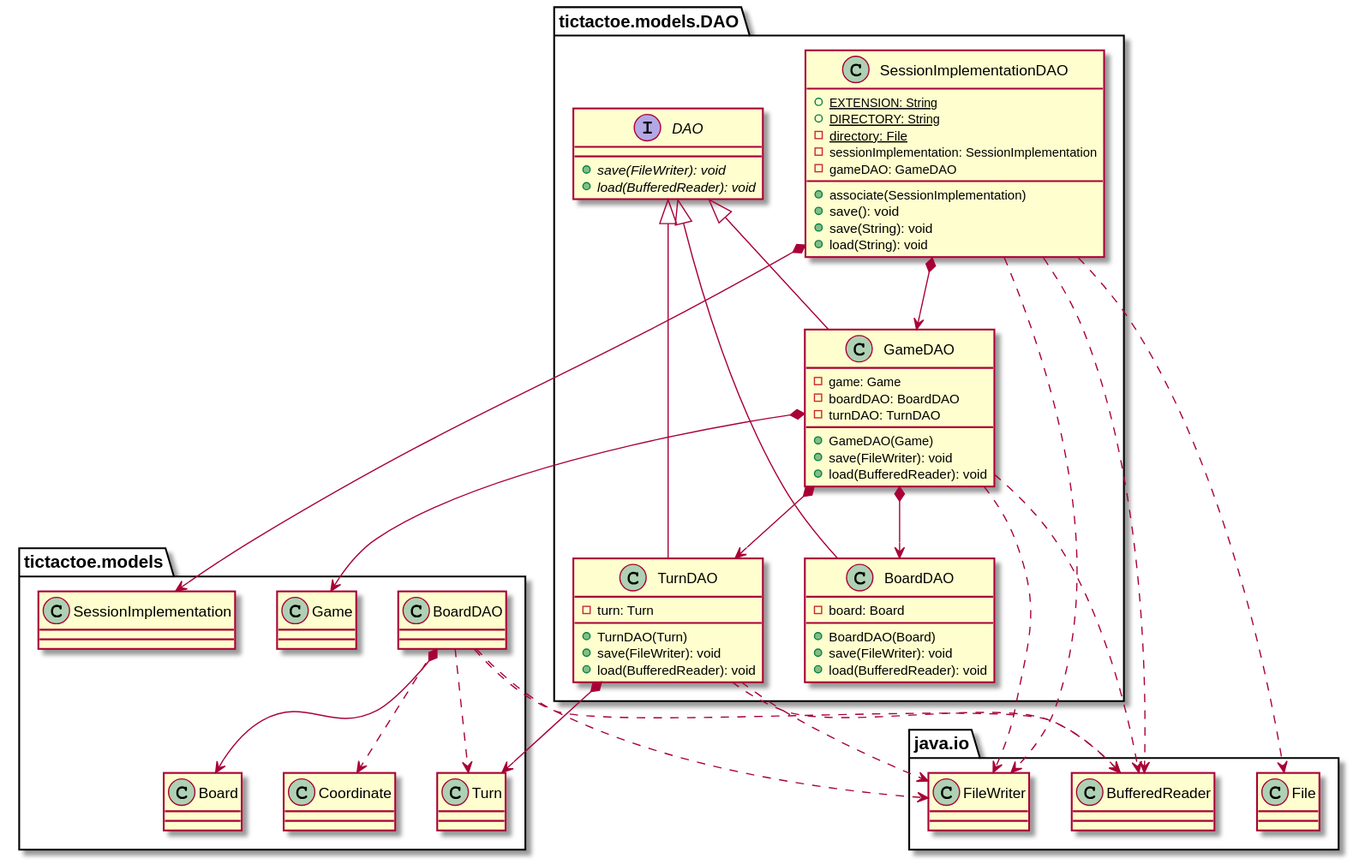
Above: docs/build/docs/asciidoc/images/tictactoeModelsDAO.svg in x-USantaTecla-game-ticTacToe/java (PlantUML), before the change.
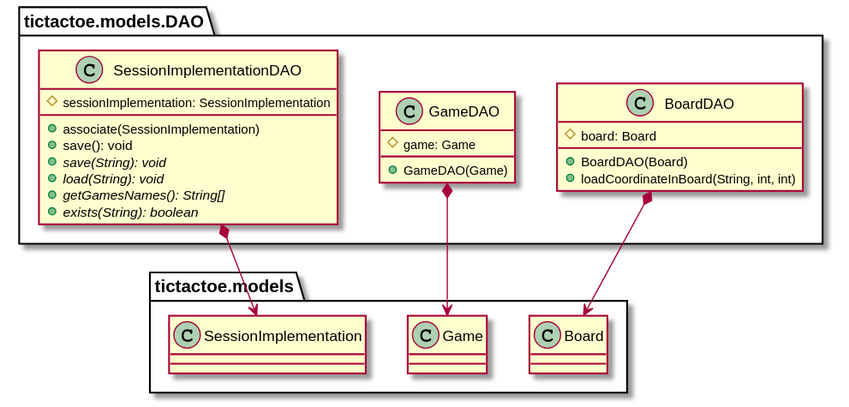
Later version of the same file.

What changed in the source:
```diff
@@ -1,64 +1,27 @@
 @startuml
 
 class  tictactoe.models.DAO.BoardDAO{
-- board: Board
+# board: Board
 + BoardDAO(Board)
-+ save(FileWriter): void
-+ load(BufferedReader): void
++ loadCoordinateInBoard(String, int, int)
 }
-tictactoe.models.DAO.DAO <|-down- tictactoe.models.DAO.BoardDAO
-tictactoe.models.BoardDAO *-down-> tictactoe.models.Board
-tictactoe.models.BoardDAO ..> tictactoe.models.Turn
-tictactoe.models.BoardDAO ..> tictactoe.models.Coordinate
-tictactoe.models.BoardDAO ..> java.io.FileWriter
-tictactoe.models.BoardDAO ..> java.io.BufferedReader
-
-interface  tictactoe.models.DAO.DAO{
-+ {abstract} save(FileWriter): void
-+ {abstract} load(BufferedReader): void
-}
+tictactoe.models.DAO.BoardDAO *-down-> tictactoe.models.Board
 
 class  tictactoe.models.DAO.GameDAO{
-- game: Game
-- boardDAO: BoardDAO
-- turnDAO: TurnDAO
+# game: Game
 + GameDAO(Game)
-+ save(FileWriter): void
-+ load(BufferedReader): void
 }
-tictactoe.models.DAO.DAO <|-down- tictactoe.models.DAO.GameDAO
 tictactoe.models.DAO.GameDAO *-down-> tictactoe.models.Game
-tictactoe.models.DAO.GameDAO *-down-> tictactoe.models.DAO.BoardDAO
-tictactoe.models.DAO.GameDAO *-down-> tictactoe.models.DAO.TurnDAO
-tictactoe.models.DAO.GameDAO ..> java.io.FileWriter
-tictactoe.models.DAO.GameDAO ..> java.io.BufferedReader
 
 class  tictactoe.models.DAO.SessionImplementationDAO{
-+ {static} EXTENSION: String
-+ {static} DIRECTORY: String
-- {static} directory: File
-- sessionImplementation: SessionImplementation
-- gameDAO: GameDAO
+# sessionImplementation: SessionImplementation
 + associate(SessionImplementation)
 + save(): void
-+ save(String): void
-+ load(String): void
++ {abstract} save(String): void
++ {abstract} load(String): void
++ {abstract} getGamesNames(): String[]
++ {abstract} exists(String): boolean
 }
 tictactoe.models.DAO.SessionImplementationDAO *-down-> tictactoe.models.SessionImplementation
-tictactoe.models.DAO.SessionImplementationDAO *-down-> tictactoe.models.DAO.GameDAO
-tictactoe.models.DAO.SessionImplementationDAO ..> java.io.FileWriter
-tictactoe.models.DAO.SessionImplementationDAO ..> java.io.File
-tictactoe.models.DAO.SessionImplementationDAO ..> java.io.BufferedReader
-
-class  tictactoe.models.DAO.TurnDAO{
-- turn: Turn
-+ TurnDAO(Turn)
-+ save(FileWriter): void
-+ load(BufferedReader): void
-}
-tictactoe.models.DAO.DAO <|-down- tictactoe.models.DAO.TurnDAO
-tictactoe.models.DAO.TurnDAO *-down-> tictactoe.models.Turn
-tictactoe.models.DAO.TurnDAO ..> java.io.FileWriter
-tictactoe.models.DAO.TurnDAO ..> java.io.BufferedReader
 
 @enduml
```
